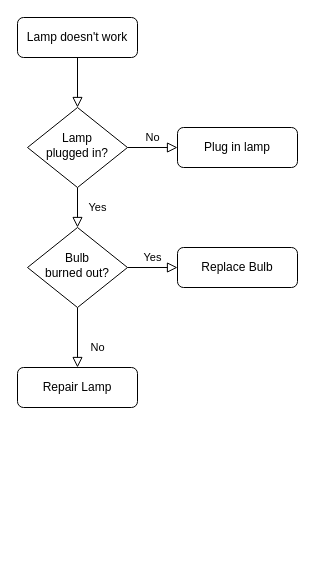
The draw.io diagram Untitled Diagram.drawio in akbarwibowo/akbarwibowo, before the edit. Source tidied: cells renumbered, new cells numbered last; positions are measured from the earlier drawing's top-left corner, leaving out a move shared by most shapes. Both pictures are drawn from the tidied source at 100%, with x=0, y=0 at pixel (17, 17).
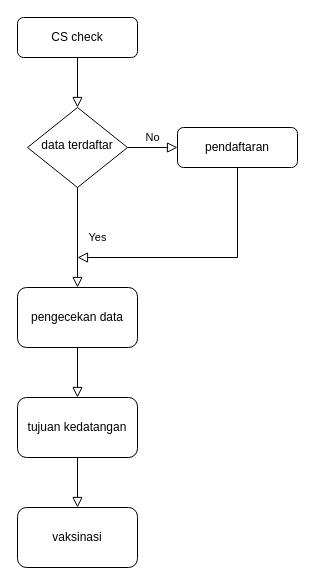
The same page after the edit.

Diff of the diagram source:
```diff
@@
 <mxGraphModel>
   <root>
     <mxCell id="0" />
     <mxCell id="1" parent="0" />
     <mxCell id="2" style="rounded=0;html=1;jettySize=auto;fontSize=11;endArrow=block;endFill=0;endSize=8;strokeWidth=1;shadow=0;labelBackgroundColor=none;edgeStyle=orthogonalEdgeStyle;" parent="1" edge="1" source="3" target="6">
       <mxGeometry relative="1" as="geometry" />
     </mxCell>
-    <mxCell id="3" value="Lamp doesn't work" style="rounded=1;whiteSpace=wrap;html=1;fontSize=12;glass=0;strokeWidth=1;shadow=0;" parent="1" vertex="1">
+    <mxCell id="3" value="CS check" style="rounded=1;whiteSpace=wrap;html=1;fontSize=12;glass=0;strokeWidth=1;shadow=0;" parent="1" vertex="1">
       <mxGeometry width="120" height="40" as="geometry" />
     </mxCell>
-    <mxCell id="4" value="Yes" style="rounded=0;html=1;jettySize=auto;fontSize=11;endArrow=block;endFill=0;endSize=8;strokeWidth=1;shadow=0;labelBackgroundColor=none;edgeStyle=orthogonalEdgeStyle;" parent="1" edge="1" source="6" target="10">
+    <mxCell id="4" value="Yes" style="rounded=0;html=1;jettySize=auto;fontSize=11;endArrow=block;endFill=0;endSize=8;strokeWidth=1;shadow=0;labelBackgroundColor=none;edgeStyle=orthogonalEdgeStyle;entryX=0.5;entryY=0;entryDx=0;entryDy=0;" parent="1" edge="1" source="6" target="13">
       <mxGeometry y="20" relative="1" as="geometry" />
     </mxCell>
     <mxCell id="5" value="No" style="edgeStyle=orthogonalEdgeStyle;rounded=0;html=1;jettySize=auto;fontSize=11;endArrow=block;endFill=0;endSize=8;strokeWidth=1;shadow=0;labelBackgroundColor=none;" parent="1" edge="1" source="6" target="7">
       <mxGeometry y="10" relative="1" as="geometry" />
     </mxCell>
-    <mxCell id="6" value="Lamp&lt;br&gt;plugged in?" style="rhombus;whiteSpace=wrap;html=1;shadow=0;fontFamily=Helvetica;fontSize=12;align=center;strokeWidth=1;spacing=6;spacingTop=-4;" parent="1" vertex="1">
+    <mxCell id="6" value="data terdaftar" style="rhombus;whiteSpace=wrap;html=1;shadow=0;fontFamily=Helvetica;fontSize=12;align=center;strokeWidth=1;spacing=6;spacingTop=-4;" parent="1" vertex="1">
       <mxGeometry x="10" y="90" width="100" height="80" as="geometry" />
     </mxCell>
-    <mxCell id="7" value="Plug in lamp" style="rounded=1;whiteSpace=wrap;html=1;fontSize=12;glass=0;strokeWidth=1;shadow=0;" parent="1" vertex="1">
+    <mxCell id="7" value="pendaftaran" style="rounded=1;whiteSpace=wrap;html=1;fontSize=12;glass=0;strokeWidth=1;shadow=0;" parent="1" vertex="1">
       <mxGeometry x="160" y="110" width="120" height="40" as="geometry" />
     </mxCell>
-    <mxCell id="8" value="No" style="rounded=0;html=1;jettySize=auto;fontSize=11;endArrow=block;endFill=0;endSize=8;strokeWidth=1;shadow=0;labelBackgroundColor=none;edgeStyle=orthogonalEdgeStyle;" parent="1" edge="1" source="10" target="11">
-      <mxGeometry x="0.33" y="20" relative="1" as="geometry" />
-    </mxCell>
-    <mxCell id="9" value="Yes" style="edgeStyle=orthogonalEdgeStyle;rounded=0;html=1;jettySize=auto;fontSize=11;endArrow=block;endFill=0;endSize=8;strokeWidth=1;shadow=0;labelBackgroundColor=none;" parent="1" edge="1" source="10" target="12">
-      <mxGeometry y="10" relative="1" as="geometry" />
-    </mxCell>
-    <mxCell id="10" value="Bulb&lt;br&gt;burned out?" style="rhombus;whiteSpace=wrap;html=1;shadow=0;fontFamily=Helvetica;fontSize=12;align=center;strokeWidth=1;spacing=6;spacingTop=-4;" parent="1" vertex="1">
-      <mxGeometry x="10" y="210" width="100" height="80" as="geometry" />
-    </mxCell>
-    <mxCell id="11" value="Repair Lamp" style="rounded=1;whiteSpace=wrap;html=1;fontSize=12;glass=0;strokeWidth=1;shadow=0;" parent="1" vertex="1">
-      <mxGeometry y="350" width="120" height="40" as="geometry" />
-    </mxCell>
-    <mxCell id="12" value="Replace Bulb" style="rounded=1;whiteSpace=wrap;html=1;fontSize=12;glass=0;strokeWidth=1;shadow=0;" parent="1" vertex="1">
-      <mxGeometry x="160" y="230" width="120" height="40" as="geometry" />
-    </mxCell>
+    <mxCell id="13" value="pengecekan data" style="rounded=1;whiteSpace=wrap;html=1;" parent="1" vertex="1">
+      <mxGeometry y="270" width="120" height="60" as="geometry" />
+    </mxCell>
+    <mxCell id="14" style="rounded=0;html=1;jettySize=auto;fontSize=11;endArrow=block;endFill=0;endSize=8;strokeWidth=1;shadow=0;labelBackgroundColor=none;edgeStyle=orthogonalEdgeStyle;exitX=0.5;exitY=1;exitDx=0;exitDy=0;" parent="1" edge="1" source="7">
+      <mxGeometry relative="1" as="geometry">
+        <mxPoint x="60" y="240" as="targetPoint" />
+        <Array as="points">
+          <mxPoint x="220" y="240" />
+        </Array>
+      </mxGeometry>
+    </mxCell>
+    <mxCell id="15" value="tujuan kedatangan" style="rounded=1;whiteSpace=wrap;html=1;" parent="1" vertex="1">
+      <mxGeometry y="380" width="120" height="60" as="geometry" />
+    </mxCell>
+    <mxCell id="16" style="rounded=0;html=1;jettySize=auto;fontSize=11;endArrow=block;endFill=0;endSize=8;strokeWidth=1;shadow=0;labelBackgroundColor=none;edgeStyle=orthogonalEdgeStyle;exitX=0.5;exitY=1;exitDx=0;exitDy=0;entryX=0.5;entryY=0;entryDx=0;entryDy=0;" parent="1" edge="1" source="13" target="15">
+      <mxGeometry relative="1" as="geometry" />
+    </mxCell>
+    <mxCell id="17" value="vaksinasi" style="rounded=1;whiteSpace=wrap;html=1;" parent="1" vertex="1">
+      <mxGeometry y="490" width="120" height="60" as="geometry" />
+    </mxCell>
+    <mxCell id="18" style="rounded=0;html=1;jettySize=auto;fontSize=11;endArrow=block;endFill=0;endSize=8;strokeWidth=1;shadow=0;labelBackgroundColor=none;edgeStyle=orthogonalEdgeStyle;exitX=0.5;exitY=1;exitDx=0;exitDy=0;entryX=0.5;entryY=0;entryDx=0;entryDy=0;" parent="1" edge="1" source="15" target="17">
+      <mxGeometry relative="1" as="geometry" />
+    </mxCell>
   </root>
 </mxGraphModel>
```
